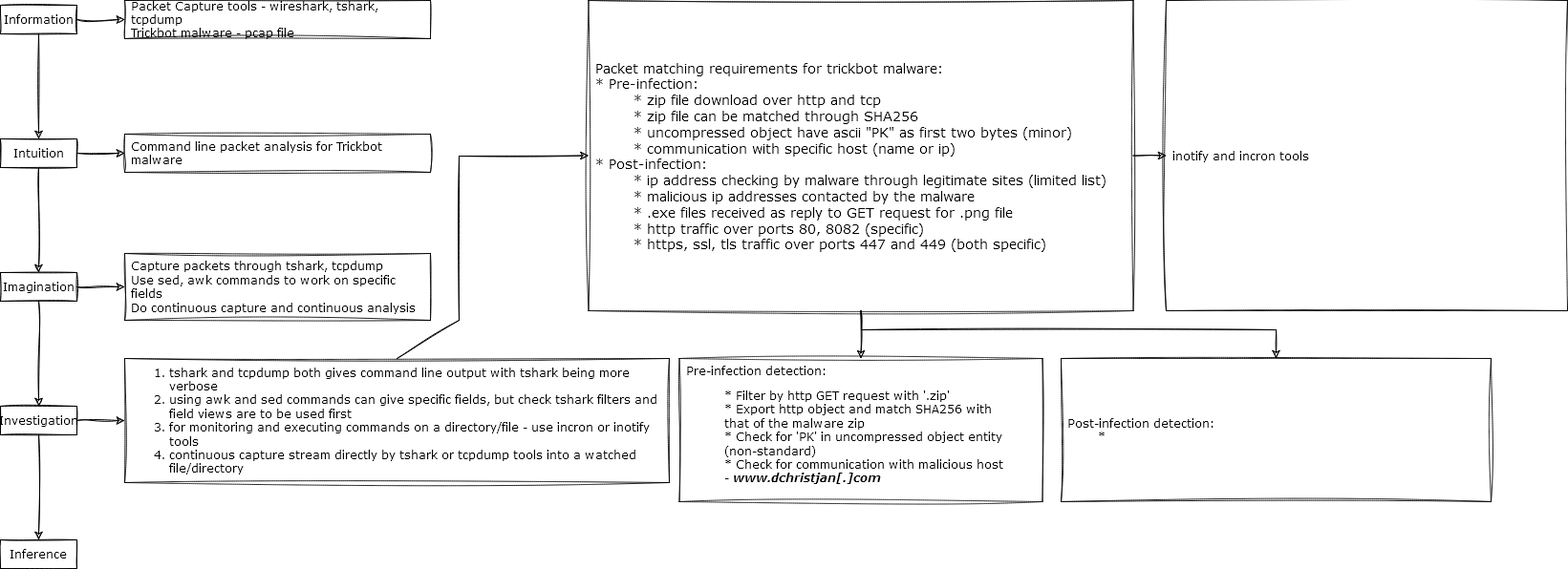
The draw.io diagram Chart.png in Nobel-CS/packet_testing, before a commit. Source tidied: cells renumbered, new cells last; positions are measured from the earlier drawing's top-left corner, leaving out a move shared by most shapes.
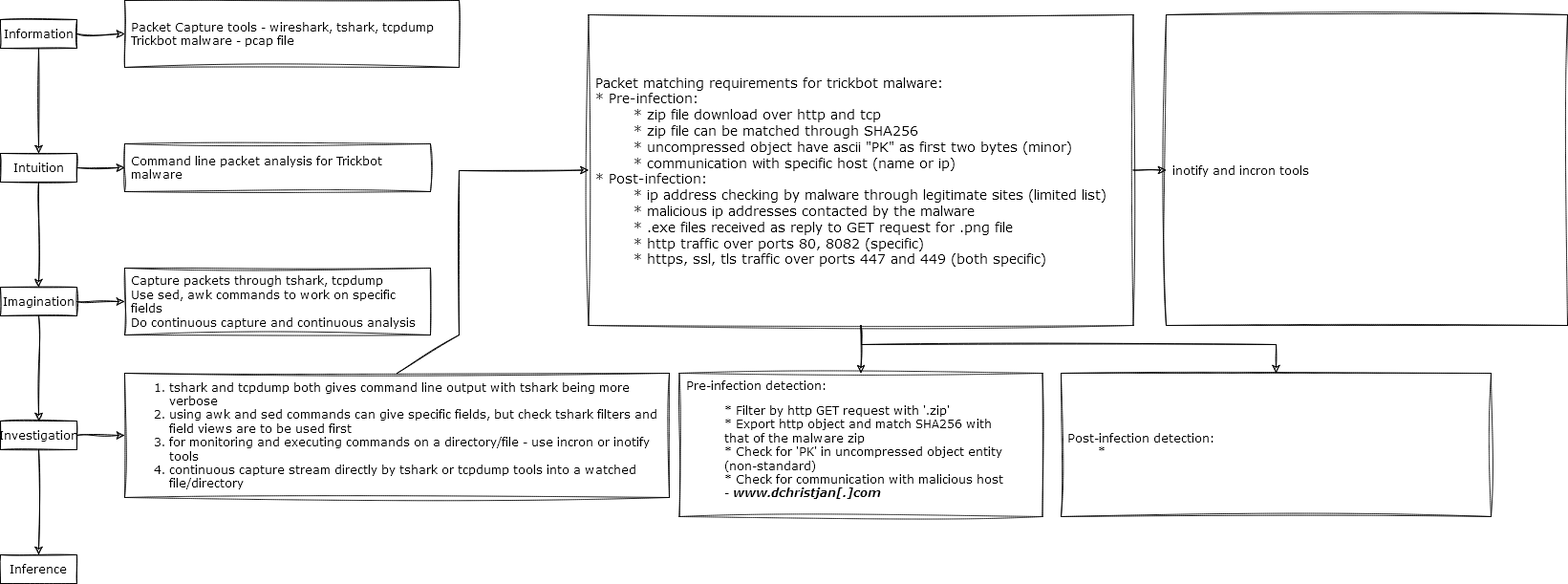
The same diagram one commit later.

Diff of the diagram source:
```diff
@@ -41,11 +41,11 @@
     <mxCell id="14" value="Inference" style="text;html=1;strokeColor=default;fillColor=none;align=center;verticalAlign=middle;whiteSpace=wrap;rounded=0;strokeWidth=1;perimeterSpacing=0;sketch=1;fontFamily=Verdana;fontSize=12;" parent="1" vertex="1">
       <mxGeometry y="565" width="80" height="30" as="geometry" />
     </mxCell>
-    <mxCell id="15" value="&lt;div align=&quot;left&quot;&gt;Packet Capture tools - wireshark, tshark, tcpdump&lt;/div&gt;&lt;div align=&quot;left&quot;&gt;Trickbot malware - pcap file&lt;br&gt;&lt;/div&gt;" style="text;html=1;strokeColor=default;fillColor=none;align=left;verticalAlign=middle;whiteSpace=wrap;rounded=0;sketch=1;hachureGap=4;jiggle=2;fontFamily=Verdana;fontSize=12;dashed=1;dashPattern=1 1;spacingLeft=5;" parent="1" vertex="1">
-      <mxGeometry x="130" width="320" height="40" as="geometry" />
+    <mxCell id="15" value="&lt;div&gt;Packet Capture tools - wireshark, tshark, tcpdump&lt;/div&gt;&lt;div&gt;Trickbot malware - pcap file&lt;br&gt;&lt;/div&gt;" style="text;html=1;strokeColor=default;fillColor=none;align=left;verticalAlign=middle;whiteSpace=wrap;rounded=0;sketch=1;hachureGap=4;jiggle=2;fontFamily=Verdana;fontSize=12;dashed=1;dashPattern=1 1;spacingLeft=5;" parent="1" vertex="1">
+      <mxGeometry x="130" y="-15" width="350" height="70" as="geometry" />
     </mxCell>
     <mxCell id="16" value="Command line packet analysis for Trickbot malware" style="text;html=1;strokeColor=default;fillColor=none;align=left;verticalAlign=middle;whiteSpace=wrap;rounded=0;sketch=1;hachureGap=4;jiggle=2;fontFamily=Verdana;fontSize=12;dashed=1;dashPattern=1 1;spacingLeft=5;" parent="1" vertex="1">
-      <mxGeometry x="130" y="140" width="320" height="40" as="geometry" />
+      <mxGeometry x="130" y="135" width="320" height="50" as="geometry" />
     </mxCell>
     <mxCell id="17" value="&lt;div&gt;Capture packets through tshark, tcpdump&lt;/div&gt;&lt;div&gt;Use sed, awk commands to work on specific fields&lt;/div&gt;&lt;div&gt;Do continuous capture and continuous analysis&lt;br&gt;&lt;/div&gt;" style="text;html=1;strokeColor=default;fillColor=none;align=left;verticalAlign=middle;whiteSpace=wrap;rounded=0;sketch=1;hachureGap=4;jiggle=2;fontFamily=Verdana;fontSize=12;dashed=1;dashPattern=1 1;spacingLeft=5;" parent="1" vertex="1">
       <mxGeometry x="130" y="265" width="320" height="70" as="geometry" />
```
